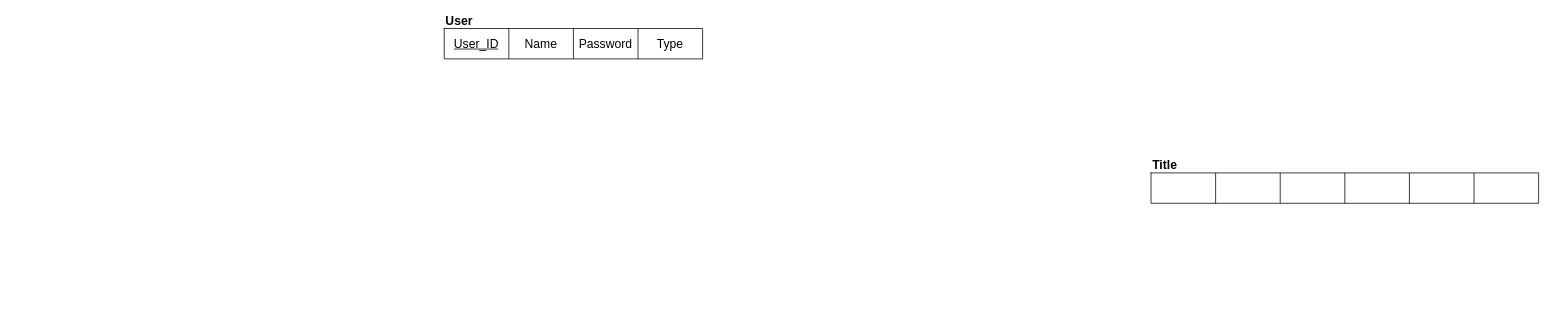
This is DBDesign.drawio from tp12356twNccu/Database_NCCU, a draw.io file, before an edit. Source tidied: cells renumbered, new cells numbered last; positions are measured from the earlier drawing's top-left corner, leaving out a move shared by most shapes. Both pictures are drawn from the tidied source at 76%, with x=0, y=0 at pixel (444, 13).
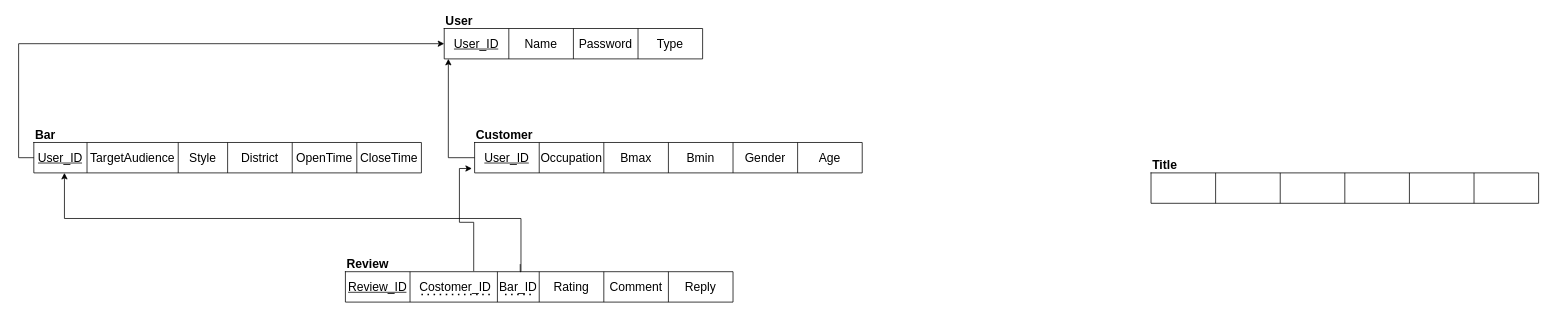
After the change.

The change refers to these unchanged cells:
```xml
<mxCell id="12" style="shape=tableRow;horizontal=0;startSize=0;swimlaneHead=0;swimlaneBody=0;strokeColor=inherit;top=0;left=0;bottom=0;right=0;fillColor=none;points=[[0,0.5],[1,0.5]];portConstraint=eastwest;fontSize=16;" parent="11" vertex="1">
  <mxGeometry width="340" height="40" as="geometry" />
</mxCell>
```

Change to the diagram source:
```diff
@@
+    <mxCell id="18" style="shape=table;startSize=0;childLayout=tableLayout;fontSize=12;" parent="1" vertex="1">
+      <mxGeometry x="40" y="170" width="510" height="40" as="geometry" />
+    </mxCell>
+    <mxCell id="19" style="shape=tableRow;horizontal=0;startSize=0;swimlaneHead=0;swimlaneBody=0;strokeColor=inherit;top=0;left=0;bottom=0;right=0;fillColor=none;points=[[0,0.5],[1,0.5]];portConstraint=eastwest;fontSize=16;" parent="18" vertex="1">
+      <mxGeometry width="510" height="40" as="geometry" />
+    </mxCell>
+    <mxCell id="20" value="User_ID" style="shape=partialRectangle;html=1;whiteSpace=wrap;strokeColor=inherit;overflow=hidden;fillColor=none;top=0;left=0;bottom=0;right=0;fontSize=16;fontStyle=4;" parent="19" vertex="1">
+      <mxGeometry width="85" height="40" as="geometry" />
+    </mxCell>
+    <mxCell id="21" value="Occupation" style="shape=partialRectangle;html=1;whiteSpace=wrap;strokeColor=inherit;overflow=hidden;fillColor=none;top=0;left=0;bottom=0;right=0;fontSize=16;" parent="19" vertex="1">
+      <mxGeometry x="85" width="85" height="40" as="geometry" />
+    </mxCell>
+    <mxCell id="22" value="Bmax" style="shape=partialRectangle;html=1;whiteSpace=wrap;strokeColor=inherit;overflow=hidden;fillColor=none;top=0;left=0;bottom=0;right=0;fontSize=16;" parent="19" vertex="1">
+      <mxGeometry x="170" width="85" height="40" as="geometry" />
+    </mxCell>
+    <mxCell id="23" value="Bmin" style="shape=partialRectangle;html=1;whiteSpace=wrap;strokeColor=inherit;overflow=hidden;fillColor=none;top=0;left=0;bottom=0;right=0;fontSize=16;" parent="19" vertex="1">
+      <mxGeometry x="255" width="85" height="40" as="geometry" />
+    </mxCell>
+    <mxCell id="24" value="Gender" style="shape=partialRectangle;html=1;whiteSpace=wrap;strokeColor=inherit;overflow=hidden;fillColor=none;top=0;left=0;bottom=0;right=0;fontSize=16;" parent="19" vertex="1">
+      <mxGeometry x="340" width="85" height="40" as="geometry" />
+    </mxCell>
+    <mxCell id="25" value="Age" style="shape=partialRectangle;html=1;whiteSpace=wrap;strokeColor=inherit;overflow=hidden;fillColor=none;top=0;left=0;bottom=0;right=0;fontSize=16;" parent="19" vertex="1">
+      <mxGeometry x="425" width="85" height="40" as="geometry" />
+    </mxCell>
+    <mxCell id="26" value="Customer" style="text;strokeColor=none;fillColor=none;html=1;fontSize=16;fontStyle=1;verticalAlign=middle;align=left;" parent="1" vertex="1">
+      <mxGeometry x="40" y="150" width="60" height="20" as="geometry" />
+    </mxCell>
+    <mxCell id="27" style="edgeStyle=orthogonalEdgeStyle;rounded=0;jettySize=auto;html=1;exitX=0;exitY=0.5;exitDx=0;exitDy=0;entryX=0.016;entryY=0.999;entryDx=0;entryDy=0;entryPerimeter=0;" parent="1" edge="1" source="19" target="12">
+      <mxGeometry relative="1" as="geometry" />
+    </mxCell>
+    <mxCell id="28" style="shape=table;startSize=0;childLayout=tableLayout;fontSize=12;" parent="1" vertex="1">
+      <mxGeometry x="-540" y="170" width="510" height="40" as="geometry" />
+    </mxCell>
+    <mxCell id="29" style="shape=tableRow;horizontal=0;startSize=0;swimlaneHead=0;swimlaneBody=0;strokeColor=inherit;top=0;left=0;bottom=0;right=0;fillColor=none;points=[[0,0.5],[1,0.5]];portConstraint=eastwest;fontSize=16;" parent="28" vertex="1">
+      <mxGeometry width="510" height="40" as="geometry" />
+    </mxCell>
+    <mxCell id="30" value="User_ID" style="shape=partialRectangle;html=1;whiteSpace=wrap;strokeColor=inherit;overflow=hidden;fillColor=none;top=0;left=0;bottom=0;right=0;fontSize=16;fontStyle=4;" parent="29" vertex="1">
+      <mxGeometry width="70" height="40" as="geometry" />
+    </mxCell>
+    <mxCell id="31" value="TargetAudience" style="shape=partialRectangle;html=1;whiteSpace=wrap;strokeColor=inherit;overflow=hidden;fillColor=none;top=0;left=0;bottom=0;right=0;fontSize=16;" parent="29" vertex="1">
+      <mxGeometry x="70" width="120" height="40" as="geometry" />
+    </mxCell>
+    <mxCell id="32" value="Style" style="shape=partialRectangle;html=1;whiteSpace=wrap;strokeColor=inherit;overflow=hidden;fillColor=none;top=0;left=0;bottom=0;right=0;fontSize=16;" parent="29" vertex="1">
+      <mxGeometry x="190" width="65" height="40" as="geometry" />
+    </mxCell>
+    <mxCell id="33" value="District" style="shape=partialRectangle;html=1;whiteSpace=wrap;strokeColor=inherit;overflow=hidden;fillColor=none;top=0;left=0;bottom=0;right=0;fontSize=16;" parent="29" vertex="1">
+      <mxGeometry x="255" width="85" height="40" as="geometry" />
+    </mxCell>
+    <mxCell id="34" value="OpenTime" style="shape=partialRectangle;html=1;whiteSpace=wrap;strokeColor=inherit;overflow=hidden;fillColor=none;top=0;left=0;bottom=0;right=0;fontSize=16;" parent="29" vertex="1">
+      <mxGeometry x="340" width="85" height="40" as="geometry" />
+    </mxCell>
+    <mxCell id="35" value="CloseTime" style="shape=partialRectangle;html=1;whiteSpace=wrap;strokeColor=inherit;overflow=hidden;fillColor=none;top=0;left=0;bottom=0;right=0;fontSize=16;" parent="29" vertex="1">
+      <mxGeometry x="425" width="85" height="40" as="geometry" />
+    </mxCell>
+    <mxCell id="36" value="Bar" style="text;strokeColor=none;fillColor=none;html=1;fontSize=16;fontStyle=1;verticalAlign=middle;align=left;" parent="1" vertex="1">
+      <mxGeometry x="-540" y="150" width="60" height="20" as="geometry" />
+    </mxCell>
+    <mxCell id="37" style="edgeStyle=orthogonalEdgeStyle;rounded=0;jettySize=auto;html=1;exitX=0;exitY=0.5;exitDx=0;exitDy=0;entryX=0;entryY=0.5;entryDx=0;entryDy=0;" parent="1" edge="1" source="29" target="12">
+      <mxGeometry relative="1" as="geometry" />
+    </mxCell>
+    <mxCell id="38" style="edgeStyle=orthogonalEdgeStyle;rounded=0;jettySize=auto;html=1;exitX=0.331;exitY=-0.013;exitDx=0;exitDy=0;exitPerimeter=0;entryX=-0.007;entryY=0.855;entryDx=0;entryDy=0;entryPerimeter=0;" parent="1" edge="1" source="40" target="19">
+      <mxGeometry relative="1" as="geometry" />
+    </mxCell>
+    <mxCell id="39" style="shape=table;startSize=0;childLayout=tableLayout;fontSize=12;" parent="1" vertex="1">
+      <mxGeometry x="-130" y="340" width="510" height="40" as="geometry" />
+    </mxCell>
+    <mxCell id="40" style="shape=tableRow;horizontal=0;startSize=0;swimlaneHead=0;swimlaneBody=0;strokeColor=inherit;top=0;left=0;bottom=0;right=0;fillColor=none;points=[[0,0.5],[1,0.5]];portConstraint=eastwest;fontSize=16;" parent="39" vertex="1">
+      <mxGeometry width="510" height="40" as="geometry" />
+    </mxCell>
+    <mxCell id="41" value="Review_ID" style="shape=partialRectangle;html=1;whiteSpace=wrap;strokeColor=inherit;overflow=hidden;fillColor=none;top=0;left=0;bottom=0;right=0;fontSize=16;fontStyle=4;" parent="40" vertex="1">
+      <mxGeometry width="85" height="40" as="geometry" />
+    </mxCell>
+    <mxCell id="42" value="&amp;nbsp;Costomer_ID" style="shape=partialRectangle;html=1;whiteSpace=wrap;strokeColor=inherit;overflow=hidden;fillColor=none;top=0;left=0;bottom=0;right=0;fontSize=16;" parent="40" vertex="1">
+      <mxGeometry x="85" width="115" height="40" as="geometry" />
+    </mxCell>
+    <mxCell id="43" value="Bar_ID" style="shape=partialRectangle;html=1;whiteSpace=wrap;strokeColor=inherit;overflow=hidden;fillColor=none;top=0;left=0;bottom=0;right=0;fontSize=16;" parent="40" vertex="1">
+      <mxGeometry x="200" width="55" height="40" as="geometry" />
+    </mxCell>
+    <mxCell id="44" value="Rating" style="shape=partialRectangle;html=1;whiteSpace=wrap;strokeColor=inherit;overflow=hidden;fillColor=none;top=0;left=0;bottom=0;right=0;fontSize=16;" parent="40" vertex="1">
+      <mxGeometry x="255" width="85" height="40" as="geometry" />
+    </mxCell>
+    <mxCell id="45" value="Comment" style="shape=partialRectangle;html=1;whiteSpace=wrap;strokeColor=inherit;overflow=hidden;fillColor=none;top=0;left=0;bottom=0;right=0;fontSize=16;" parent="40" vertex="1">
+      <mxGeometry x="340" width="85" height="40" as="geometry" />
+    </mxCell>
+    <mxCell id="46" value="Reply" style="shape=partialRectangle;html=1;whiteSpace=wrap;strokeColor=inherit;overflow=hidden;fillColor=none;top=0;left=0;bottom=0;right=0;fontSize=16;" parent="40" vertex="1">
+      <mxGeometry x="425" width="85" height="40" as="geometry" />
+    </mxCell>
+    <mxCell id="47" value="Review" style="text;strokeColor=none;fillColor=none;html=1;fontSize=16;fontStyle=1;verticalAlign=middle;align=left;" parent="1" vertex="1">
+      <mxGeometry x="-130" y="320" width="60" height="20" as="geometry" />
+    </mxCell>
+    <mxCell id="48" style="endArrow=none;dashed=1;html=1;dashPattern=1 3;strokeWidth=2;rounded=0;" parent="1" edge="1">
+      <mxGeometry relative="1" as="geometry">
+        <mxPoint x="-30" y="370" as="sourcePoint" />
+        <mxPoint x="60" y="370" as="targetPoint" />
+      </mxGeometry>
+    </mxCell>
+    <mxCell id="49" style="endArrow=none;dashed=1;html=1;dashPattern=1 3;strokeWidth=2;rounded=0;" parent="1" edge="1">
+      <mxGeometry relative="1" as="geometry">
+        <mxPoint x="80" y="370" as="sourcePoint" />
+        <mxPoint x="120" y="370" as="targetPoint" />
+      </mxGeometry>
+    </mxCell>
+    <mxCell id="50" style="edgeStyle=orthogonalEdgeStyle;rounded=0;jettySize=auto;html=1;entryX=0.079;entryY=1.001;entryDx=0;entryDy=0;entryPerimeter=0;" parent="1" edge="1" target="29">
+      <mxGeometry relative="1" as="geometry">
+        <mxPoint x="100" y="330" as="sourcePoint" />
+        <Array as="points">
+          <mxPoint x="100" y="340" />
+          <mxPoint x="101" y="340" />
+          <mxPoint x="101" y="270" />
+          <mxPoint x="-500" y="270" />
+        </Array>
+      </mxGeometry>
+    </mxCell>
```
